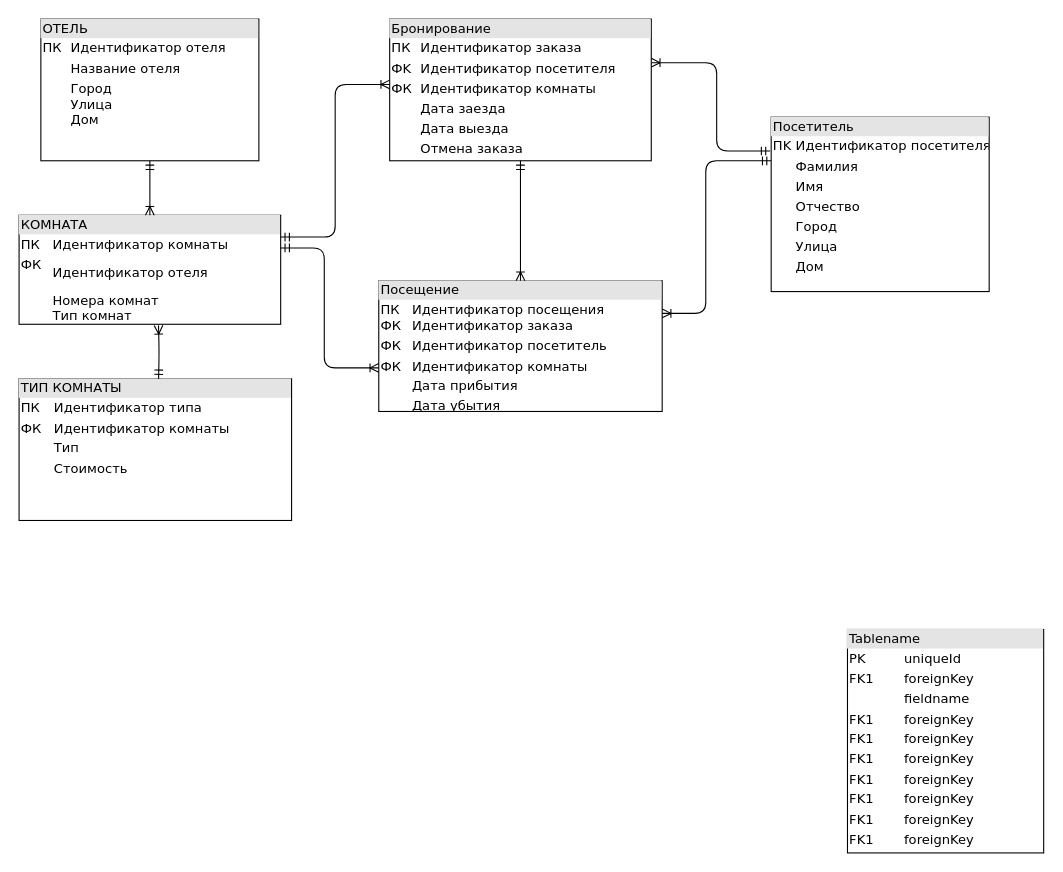
The draw.io diagram Untitled Diagram.drawio in Weather888/Diagrams, before the edit. Source tidied: cells renumbered, new cells numbered last; positions are measured from the earlier drawing's top-left corner, leaving out a move shared by most shapes. Both pictures are drawn from the tidied source at 109%, with x=0, y=0 at pixel (19, 19).
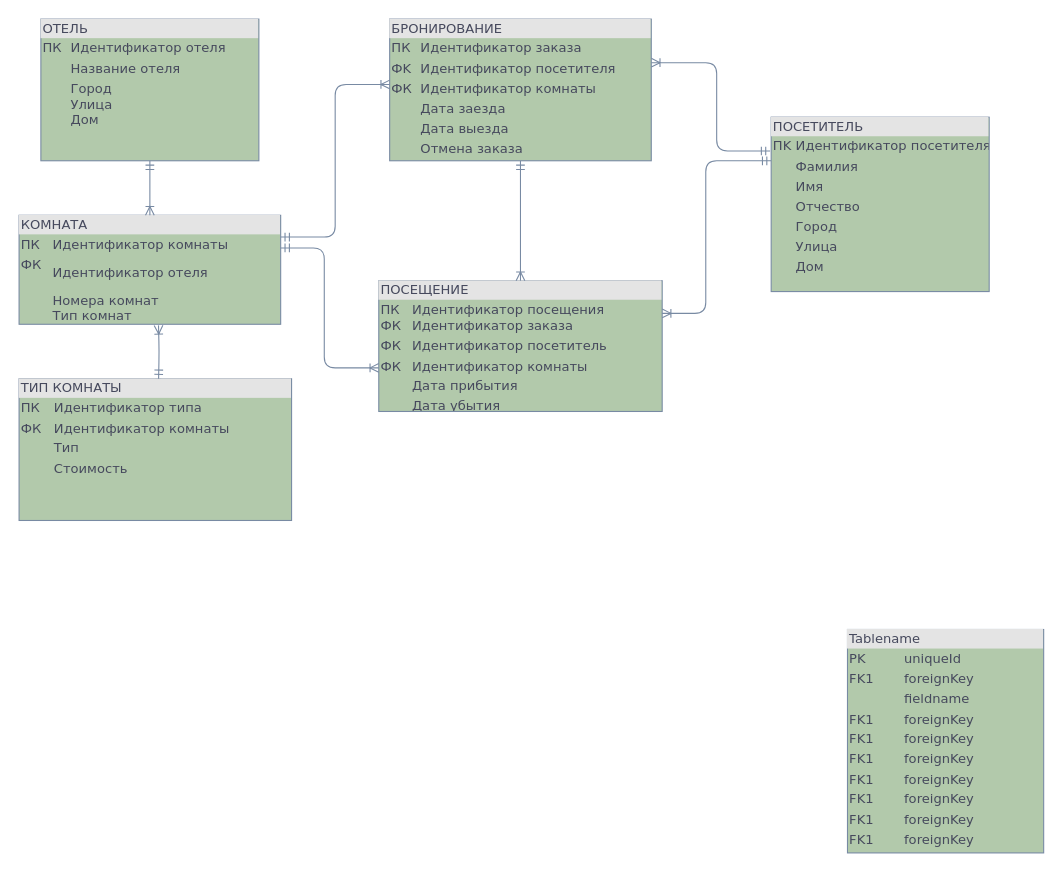
Above is the later version.

Diff of the diagram source:
```diff
@@
-    <mxCell id="2" value="&lt;div style=&quot;box-sizing: border-box ; width: 100% ; background: #e4e4e4 ; padding: 2px&quot;&gt;ОТЕЛЬ&lt;/div&gt;&lt;table style=&quot;width: 100% ; font-size: 1em&quot; cellpadding=&quot;2&quot; cellspacing=&quot;0&quot;&gt;&lt;tbody&gt;&lt;tr&gt;&lt;td&gt;ПК&lt;/td&gt;&lt;td&gt;Идентификатор отеля&lt;/td&gt;&lt;/tr&gt;&lt;tr&gt;&lt;td&gt;&lt;br&gt;&lt;/td&gt;&lt;td&gt;Название отеля&lt;/td&gt;&lt;/tr&gt;&lt;tr&gt;&lt;td&gt;&lt;/td&gt;&lt;td&gt;Город &lt;br&gt;Улица &lt;br&gt;Дом&lt;br&gt;&lt;br&gt;&lt;/td&gt;&lt;/tr&gt;&lt;/tbody&gt;&lt;/table&gt;" style="verticalAlign=top;align=left;overflow=fill;html=1;rounded=0;shadow=0;comic=0;labelBackgroundColor=none;strokeWidth=1;fontFamily=Verdana;fontSize=12;" parent="1" vertex="1">
+    <mxCell id="2" value="&lt;div style=&quot;box-sizing: border-box ; width: 100% ; background: #e4e4e4 ; padding: 2px&quot;&gt;ОТЕЛЬ&lt;/div&gt;&lt;table style=&quot;width: 100% ; font-size: 1em&quot; cellpadding=&quot;2&quot; cellspacing=&quot;0&quot;&gt;&lt;tbody&gt;&lt;tr&gt;&lt;td&gt;ПК&lt;/td&gt;&lt;td&gt;Идентификатор отеля&lt;/td&gt;&lt;/tr&gt;&lt;tr&gt;&lt;td&gt;&lt;br&gt;&lt;/td&gt;&lt;td&gt;Название отеля&lt;/td&gt;&lt;/tr&gt;&lt;tr&gt;&lt;td&gt;&lt;/td&gt;&lt;td&gt;Город &lt;br&gt;Улица &lt;br&gt;Дом&lt;br&gt;&lt;br&gt;&lt;/td&gt;&lt;/tr&gt;&lt;/tbody&gt;&lt;/table&gt;" style="verticalAlign=top;align=left;overflow=fill;html=1;rounded=0;shadow=0;comic=0;labelBackgroundColor=none;strokeWidth=1;fontFamily=Verdana;fontSize=12;fillColor=#B2C9AB;strokeColor=#788AA3;fontColor=#46495D;" parent="1" vertex="1">
       <mxGeometry x="20" width="200" height="130" as="geometry" />
     </mxCell>
-    <mxCell id="3" value="&lt;div style=&quot;box-sizing: border-box ; width: 100% ; background: #e4e4e4 ; padding: 2px&quot;&gt;Бронирование&lt;/div&gt;&lt;table style=&quot;width: 100% ; font-size: 1em&quot; cellpadding=&quot;2&quot; cellspacing=&quot;0&quot;&gt;&lt;tbody&gt;&lt;tr&gt;&lt;td&gt;ПК&lt;/td&gt;&lt;td&gt;Идентификатор заказа&lt;/td&gt;&lt;/tr&gt;&lt;tr&gt;&lt;td&gt;ФK&lt;/td&gt;&lt;td&gt;Идентификатор посетителя&lt;/td&gt;&lt;/tr&gt;&lt;tr&gt;&lt;td&gt;ФК&lt;/td&gt;&lt;td&gt;Идентификатор комнаты&lt;br&gt;&lt;/td&gt;&lt;/tr&gt;&lt;tr&gt;&lt;td&gt;&lt;br&gt;&lt;/td&gt;&lt;td&gt;Дата заезда&lt;br&gt;&lt;/td&gt;&lt;/tr&gt;&lt;tr&gt;&lt;td&gt;&lt;br&gt;&lt;/td&gt;&lt;td&gt;Дата выезда&lt;/td&gt;&lt;/tr&gt;&lt;tr&gt;&lt;td&gt;&lt;br&gt;&lt;/td&gt;&lt;td&gt;Отмена заказа&lt;/td&gt;&lt;/tr&gt;&lt;/tbody&gt;&lt;/table&gt;" style="verticalAlign=top;align=left;overflow=fill;html=1;rounded=0;shadow=0;comic=0;labelBackgroundColor=none;strokeWidth=1;fontFamily=Verdana;fontSize=12;" parent="1" vertex="1">
+    <mxCell id="3" value="&lt;div style=&quot;box-sizing: border-box ; width: 100% ; background: #e4e4e4 ; padding: 2px&quot;&gt;БРОНИРОВАНИЕ&lt;/div&gt;&lt;table style=&quot;width: 100% ; font-size: 1em&quot; cellpadding=&quot;2&quot; cellspacing=&quot;0&quot;&gt;&lt;tbody&gt;&lt;tr&gt;&lt;td&gt;ПК&lt;/td&gt;&lt;td&gt;Идентификатор заказа&lt;/td&gt;&lt;/tr&gt;&lt;tr&gt;&lt;td&gt;ФK&lt;/td&gt;&lt;td&gt;Идентификатор посетителя&lt;/td&gt;&lt;/tr&gt;&lt;tr&gt;&lt;td&gt;ФК&lt;/td&gt;&lt;td&gt;Идентификатор комнаты&lt;br&gt;&lt;/td&gt;&lt;/tr&gt;&lt;tr&gt;&lt;td&gt;&lt;br&gt;&lt;/td&gt;&lt;td&gt;Дата заезда&lt;br&gt;&lt;/td&gt;&lt;/tr&gt;&lt;tr&gt;&lt;td&gt;&lt;br&gt;&lt;/td&gt;&lt;td&gt;Дата выезда&lt;/td&gt;&lt;/tr&gt;&lt;tr&gt;&lt;td&gt;&lt;br&gt;&lt;/td&gt;&lt;td&gt;Отмена заказа&lt;/td&gt;&lt;/tr&gt;&lt;/tbody&gt;&lt;/table&gt;" style="verticalAlign=top;align=left;overflow=fill;html=1;rounded=0;shadow=0;comic=0;labelBackgroundColor=none;strokeWidth=1;fontFamily=Verdana;fontSize=12;fillColor=#B2C9AB;strokeColor=#788AA3;fontColor=#46495D;" parent="1" vertex="1">
       <mxGeometry x="340" width="240" height="130" as="geometry" />
     </mxCell>
-    <mxCell id="4" style="edgeStyle=orthogonalEdgeStyle;rounded=0;orthogonalLoop=1;jettySize=auto;html=1;" parent="1" edge="1">
+    <mxCell id="4" style="edgeStyle=orthogonalEdgeStyle;rounded=0;orthogonalLoop=1;jettySize=auto;html=1;strokeColor=#788AA3;fontColor=#46495D;" parent="1" edge="1">
       <mxGeometry relative="1" as="geometry">
         <mxPoint x="130" y="360" as="sourcePoint" />
         <mxPoint x="130" y="360" as="targetPoint" />
       </mxGeometry>
     </mxCell>
-    <mxCell id="5" style="edgeStyle=orthogonalEdgeStyle;rounded=0;jettySize=auto;html=1;exitX=0.5;exitY=0;exitDx=0;exitDy=0;" parent="1" edge="1" source="6">
+    <mxCell id="5" style="edgeStyle=orthogonalEdgeStyle;rounded=0;jettySize=auto;html=1;exitX=0.5;exitY=0;exitDx=0;exitDy=0;strokeColor=#788AA3;fontColor=#46495D;" parent="1" edge="1" source="6">
       <mxGeometry relative="1" as="geometry">
         <mxPoint x="130" y="340" as="targetPoint" />
       </mxGeometry>
     </mxCell>
-    <mxCell id="6" value="&lt;div style=&quot;box-sizing: border-box ; width: 100% ; background: #e4e4e4 ; padding: 2px&quot;&gt;ТИП КОМНАТЫ&lt;/div&gt;&lt;table style=&quot;width: 100% ; font-size: 1em&quot; cellpadding=&quot;2&quot; cellspacing=&quot;0&quot;&gt;&lt;tbody&gt;&lt;tr&gt;&lt;td&gt;ПК&lt;/td&gt;&lt;td&gt;Идентификатор типа&lt;/td&gt;&lt;/tr&gt;&lt;tr&gt;&lt;td&gt;ФК&lt;/td&gt;&lt;td&gt;Идентификатор комнаты&lt;br&gt;&lt;/td&gt;&lt;/tr&gt;&lt;tr&gt;&lt;td&gt;&lt;/td&gt;&lt;td&gt;Тип&lt;/td&gt;&lt;/tr&gt;&lt;tr&gt;&lt;td&gt;&lt;br&gt;&lt;/td&gt;&lt;td&gt;Стоимость&lt;/td&gt;&lt;/tr&gt;&lt;/tbody&gt;&lt;/table&gt;" style="verticalAlign=top;align=left;overflow=fill;html=1;rounded=0;shadow=0;comic=0;labelBackgroundColor=none;strokeWidth=1;fontFamily=Verdana;fontSize=12;" parent="1" vertex="1">
+    <mxCell id="6" value="&lt;div style=&quot;box-sizing: border-box ; width: 100% ; background: #e4e4e4 ; padding: 2px&quot;&gt;ТИП КОМНАТЫ&lt;/div&gt;&lt;table style=&quot;width: 100% ; font-size: 1em&quot; cellpadding=&quot;2&quot; cellspacing=&quot;0&quot;&gt;&lt;tbody&gt;&lt;tr&gt;&lt;td&gt;ПК&lt;/td&gt;&lt;td&gt;Идентификатор типа&lt;/td&gt;&lt;/tr&gt;&lt;tr&gt;&lt;td&gt;ФК&lt;/td&gt;&lt;td&gt;Идентификатор комнаты&lt;br&gt;&lt;/td&gt;&lt;/tr&gt;&lt;tr&gt;&lt;td&gt;&lt;/td&gt;&lt;td&gt;Тип&lt;/td&gt;&lt;/tr&gt;&lt;tr&gt;&lt;td&gt;&lt;br&gt;&lt;/td&gt;&lt;td&gt;Стоимость&lt;/td&gt;&lt;/tr&gt;&lt;/tbody&gt;&lt;/table&gt;" style="verticalAlign=top;align=left;overflow=fill;html=1;rounded=0;shadow=0;comic=0;labelBackgroundColor=none;strokeWidth=1;fontFamily=Verdana;fontSize=12;fillColor=#B2C9AB;strokeColor=#788AA3;fontColor=#46495D;" parent="1" vertex="1">
       <mxGeometry y="330" width="250" height="130" as="geometry" />
     </mxCell>
-    <mxCell id="7" value="&lt;div style=&quot;box-sizing: border-box ; width: 100% ; background: #e4e4e4 ; padding: 2px&quot;&gt;КОМНАТА&lt;/div&gt;&lt;table style=&quot;width: 100% ; font-size: 1em&quot; cellpadding=&quot;2&quot; cellspacing=&quot;0&quot;&gt;&lt;tbody&gt;&lt;tr&gt;&lt;td&gt;ПК&lt;/td&gt;&lt;td&gt;Идентификатор комнаты&lt;/td&gt;&lt;/tr&gt;&lt;tr&gt;&lt;td&gt;ФК&lt;br&gt;&lt;br&gt;&lt;/td&gt;&lt;td&gt;Идентификатор отеля&lt;/td&gt;&lt;/tr&gt;&lt;tr&gt;&lt;td&gt;&lt;/td&gt;&lt;td&gt;Номера комнат &lt;br&gt;Тип комнат&lt;/td&gt;&lt;/tr&gt;&lt;/tbody&gt;&lt;/table&gt;" style="verticalAlign=top;align=left;overflow=fill;html=1;rounded=0;shadow=0;comic=0;labelBackgroundColor=none;strokeWidth=1;fontFamily=Verdana;fontSize=12;" parent="1" vertex="1">
+    <mxCell id="7" value="&lt;div style=&quot;box-sizing: border-box ; width: 100% ; background: #e4e4e4 ; padding: 2px&quot;&gt;КОМНАТА&lt;/div&gt;&lt;table style=&quot;width: 100% ; font-size: 1em&quot; cellpadding=&quot;2&quot; cellspacing=&quot;0&quot;&gt;&lt;tbody&gt;&lt;tr&gt;&lt;td&gt;ПК&lt;/td&gt;&lt;td&gt;Идентификатор комнаты&lt;/td&gt;&lt;/tr&gt;&lt;tr&gt;&lt;td&gt;ФК&lt;br&gt;&lt;br&gt;&lt;/td&gt;&lt;td&gt;Идентификатор отеля&lt;/td&gt;&lt;/tr&gt;&lt;tr&gt;&lt;td&gt;&lt;/td&gt;&lt;td&gt;Номера комнат &lt;br&gt;Тип комнат&lt;/td&gt;&lt;/tr&gt;&lt;/tbody&gt;&lt;/table&gt;" style="verticalAlign=top;align=left;overflow=fill;html=1;rounded=0;shadow=0;comic=0;labelBackgroundColor=none;strokeWidth=1;fontFamily=Verdana;fontSize=12;fillColor=#B2C9AB;strokeColor=#788AA3;fontColor=#46495D;" parent="1" vertex="1">
       <mxGeometry y="180" width="240" height="100" as="geometry" />
     </mxCell>
-    <mxCell id="8" value="&lt;div style=&quot;box-sizing: border-box ; width: 100% ; background: #e4e4e4 ; padding: 2px&quot;&gt;Tablename&lt;/div&gt;&lt;table style=&quot;width: 100% ; font-size: 1em&quot; cellpadding=&quot;2&quot; cellspacing=&quot;0&quot;&gt;&lt;tbody&gt;&lt;tr&gt;&lt;td&gt;PK&lt;/td&gt;&lt;td&gt;uniqueId&lt;/td&gt;&lt;/tr&gt;&lt;tr&gt;&lt;td&gt;FK1&lt;/td&gt;&lt;td&gt;foreignKey&lt;/td&gt;&lt;/tr&gt;&lt;tr&gt;&lt;td&gt;&lt;/td&gt;&lt;td&gt;fieldname&lt;/td&gt;&lt;/tr&gt;&lt;tr&gt;&lt;td&gt;FK1&lt;br&gt;&lt;/td&gt;&lt;td&gt;foreignKey&lt;br&gt;&lt;/td&gt;&lt;/tr&gt;&lt;tr&gt;&lt;td&gt;FK1&lt;br&gt;&lt;/td&gt;&lt;td&gt;foreignKey&lt;br&gt;&lt;/td&gt;&lt;/tr&gt;&lt;tr&gt;&lt;td&gt;FK1&lt;br&gt;&lt;/td&gt;&lt;td&gt;foreignKey&lt;br&gt;&lt;/td&gt;&lt;/tr&gt;&lt;tr&gt;&lt;td&gt;FK1&lt;br&gt;&lt;/td&gt;&lt;td&gt;foreignKey&lt;br&gt;&lt;/td&gt;&lt;/tr&gt;&lt;tr&gt;&lt;td&gt;FK1&lt;br&gt;&lt;/td&gt;&lt;td&gt;foreignKey&lt;br&gt;&lt;/td&gt;&lt;/tr&gt;&lt;tr&gt;&lt;td&gt;FK1&lt;br&gt;&lt;/td&gt;&lt;td&gt;foreignKey&lt;br&gt;&lt;/td&gt;&lt;/tr&gt;&lt;tr&gt;&lt;td&gt;FK1&lt;br&gt;&lt;/td&gt;&lt;td&gt;foreignKey&lt;br&gt;&lt;/td&gt;&lt;/tr&gt;&lt;/tbody&gt;&lt;/table&gt;" style="verticalAlign=top;align=left;overflow=fill;html=1;rounded=0;shadow=0;comic=0;labelBackgroundColor=none;strokeWidth=1;fontFamily=Verdana;fontSize=12;" parent="1" vertex="1">
+    <mxCell id="8" value="&lt;div style=&quot;box-sizing: border-box ; width: 100% ; background: #e4e4e4 ; padding: 2px&quot;&gt;Tablename&lt;/div&gt;&lt;table style=&quot;width: 100% ; font-size: 1em&quot; cellpadding=&quot;2&quot; cellspacing=&quot;0&quot;&gt;&lt;tbody&gt;&lt;tr&gt;&lt;td&gt;PK&lt;/td&gt;&lt;td&gt;uniqueId&lt;/td&gt;&lt;/tr&gt;&lt;tr&gt;&lt;td&gt;FK1&lt;/td&gt;&lt;td&gt;foreignKey&lt;/td&gt;&lt;/tr&gt;&lt;tr&gt;&lt;td&gt;&lt;/td&gt;&lt;td&gt;fieldname&lt;/td&gt;&lt;/tr&gt;&lt;tr&gt;&lt;td&gt;FK1&lt;br&gt;&lt;/td&gt;&lt;td&gt;foreignKey&lt;br&gt;&lt;/td&gt;&lt;/tr&gt;&lt;tr&gt;&lt;td&gt;FK1&lt;br&gt;&lt;/td&gt;&lt;td&gt;foreignKey&lt;br&gt;&lt;/td&gt;&lt;/tr&gt;&lt;tr&gt;&lt;td&gt;FK1&lt;br&gt;&lt;/td&gt;&lt;td&gt;foreignKey&lt;br&gt;&lt;/td&gt;&lt;/tr&gt;&lt;tr&gt;&lt;td&gt;FK1&lt;br&gt;&lt;/td&gt;&lt;td&gt;foreignKey&lt;br&gt;&lt;/td&gt;&lt;/tr&gt;&lt;tr&gt;&lt;td&gt;FK1&lt;br&gt;&lt;/td&gt;&lt;td&gt;foreignKey&lt;br&gt;&lt;/td&gt;&lt;/tr&gt;&lt;tr&gt;&lt;td&gt;FK1&lt;br&gt;&lt;/td&gt;&lt;td&gt;foreignKey&lt;br&gt;&lt;/td&gt;&lt;/tr&gt;&lt;tr&gt;&lt;td&gt;FK1&lt;br&gt;&lt;/td&gt;&lt;td&gt;foreignKey&lt;br&gt;&lt;/td&gt;&lt;/tr&gt;&lt;/tbody&gt;&lt;/table&gt;" style="verticalAlign=top;align=left;overflow=fill;html=1;rounded=0;shadow=0;comic=0;labelBackgroundColor=none;strokeWidth=1;fontFamily=Verdana;fontSize=12;fillColor=#B2C9AB;strokeColor=#788AA3;fontColor=#46495D;" parent="1" vertex="1">
       <mxGeometry x="760" y="560" width="180" height="205" as="geometry" />
     </mxCell>
-    <mxCell id="9" value="&lt;div style=&quot;box-sizing: border-box ; width: 100% ; background: #e4e4e4 ; padding: 2px&quot;&gt;Посещение&amp;nbsp;&lt;/div&gt;&lt;table style=&quot;width: 100% ; font-size: 1em&quot; cellpadding=&quot;2&quot; cellspacing=&quot;0&quot;&gt;&lt;tbody&gt;&lt;tr&gt;&lt;td&gt;ПК&lt;br&gt;ФК&lt;/td&gt;&lt;td&gt;Идентификатор посещения&lt;br&gt;Идентификатор заказа&lt;/td&gt;&lt;/tr&gt;&lt;tr&gt;&lt;td&gt;ФК&lt;/td&gt;&lt;td&gt;Идентификатор посетитель&lt;/td&gt;&lt;/tr&gt;&lt;tr&gt;&lt;td&gt;ФК&lt;/td&gt;&lt;td&gt;Идентификатор комнаты&amp;nbsp;&lt;/td&gt;&lt;/tr&gt;&lt;tr&gt;&lt;td&gt;&lt;br&gt;&lt;/td&gt;&lt;td&gt;Дата прибытия&lt;/td&gt;&lt;/tr&gt;&lt;tr&gt;&lt;td&gt;&lt;br&gt;&lt;/td&gt;&lt;td&gt;Дата убытия&lt;/td&gt;&lt;/tr&gt;&lt;tr&gt;&lt;td&gt;&lt;/td&gt;&lt;td&gt;&lt;br&gt;&lt;/td&gt;&lt;/tr&gt;&lt;/tbody&gt;&lt;/table&gt;" style="verticalAlign=top;align=left;overflow=fill;html=1;rounded=0;shadow=0;comic=0;labelBackgroundColor=none;strokeWidth=1;fontFamily=Verdana;fontSize=12;" parent="1" vertex="1">
+    <mxCell id="9" value="&lt;div style=&quot;box-sizing: border-box ; width: 100% ; background: #e4e4e4 ; padding: 2px&quot;&gt;ПОСЕЩЕНИЕ&lt;/div&gt;&lt;table style=&quot;width: 100% ; font-size: 1em&quot; cellpadding=&quot;2&quot; cellspacing=&quot;0&quot;&gt;&lt;tbody&gt;&lt;tr&gt;&lt;td&gt;ПК&lt;br&gt;ФК&lt;/td&gt;&lt;td&gt;Идентификатор посещения&lt;br&gt;Идентификатор заказа&lt;/td&gt;&lt;/tr&gt;&lt;tr&gt;&lt;td&gt;ФК&lt;/td&gt;&lt;td&gt;Идентификатор посетитель&lt;/td&gt;&lt;/tr&gt;&lt;tr&gt;&lt;td&gt;ФК&lt;/td&gt;&lt;td&gt;Идентификатор комнаты&amp;nbsp;&lt;/td&gt;&lt;/tr&gt;&lt;tr&gt;&lt;td&gt;&lt;br&gt;&lt;/td&gt;&lt;td&gt;Дата прибытия&lt;/td&gt;&lt;/tr&gt;&lt;tr&gt;&lt;td&gt;&lt;br&gt;&lt;/td&gt;&lt;td&gt;Дата убытия&lt;/td&gt;&lt;/tr&gt;&lt;tr&gt;&lt;td&gt;&lt;/td&gt;&lt;td&gt;&lt;br&gt;&lt;/td&gt;&lt;/tr&gt;&lt;/tbody&gt;&lt;/table&gt;" style="verticalAlign=top;align=left;overflow=fill;html=1;rounded=0;shadow=0;comic=0;labelBackgroundColor=none;strokeWidth=1;fontFamily=Verdana;fontSize=12;fillColor=#B2C9AB;strokeColor=#788AA3;fontColor=#46495D;" parent="1" vertex="1">
       <mxGeometry x="330" y="240" width="260" height="120" as="geometry" />
     </mxCell>
-    <mxCell id="10" value="&lt;div style=&quot;box-sizing: border-box ; width: 100% ; background: #e4e4e4 ; padding: 2px&quot;&gt;Посетитель&lt;/div&gt;&lt;table style=&quot;width: 100% ; font-size: 1em&quot; cellpadding=&quot;2&quot; cellspacing=&quot;0&quot;&gt;&lt;tbody&gt;&lt;tr&gt;&lt;td&gt;ПK&lt;/td&gt;&lt;td&gt;Идентификатор посетителя&lt;/td&gt;&lt;/tr&gt;&lt;tr&gt;&lt;td&gt;&lt;br&gt;&lt;/td&gt;&lt;td&gt;Фамилия&lt;/td&gt;&lt;/tr&gt;&lt;tr&gt;&lt;td&gt;&lt;/td&gt;&lt;td&gt;Имя&lt;/td&gt;&lt;/tr&gt;&lt;tr&gt;&lt;td&gt;&lt;br&gt;&lt;/td&gt;&lt;td&gt;Отчество&lt;/td&gt;&lt;/tr&gt;&lt;tr&gt;&lt;td&gt;&lt;br&gt;&lt;/td&gt;&lt;td&gt;Город&lt;/td&gt;&lt;/tr&gt;&lt;tr&gt;&lt;td&gt;&lt;br&gt;&lt;/td&gt;&lt;td&gt;Улица&lt;/td&gt;&lt;/tr&gt;&lt;tr&gt;&lt;td&gt;&lt;br&gt;&lt;/td&gt;&lt;td&gt;Дом&lt;/td&gt;&lt;/tr&gt;&lt;tr&gt;&lt;td&gt;&lt;br&gt;&lt;/td&gt;&lt;td&gt;&lt;br&gt;&lt;/td&gt;&lt;/tr&gt;&lt;tr&gt;&lt;td&gt;&lt;br&gt;&lt;/td&gt;&lt;td&gt;&lt;br&gt;&lt;/td&gt;&lt;/tr&gt;&lt;tr&gt;&lt;td&gt;&lt;br&gt;&lt;/td&gt;&lt;td&gt;&lt;br&gt;&lt;/td&gt;&lt;/tr&gt;&lt;tr&gt;&lt;td&gt;&lt;br&gt;&lt;/td&gt;&lt;td&gt;&lt;br&gt;&lt;/td&gt;&lt;/tr&gt;&lt;tr&gt;&lt;td&gt;&lt;br&gt;&lt;/td&gt;&lt;td&gt;&lt;br&gt;&lt;/td&gt;&lt;/tr&gt;&lt;/tbody&gt;&lt;/table&gt;" style="verticalAlign=top;align=left;overflow=fill;html=1;rounded=0;shadow=0;comic=0;labelBackgroundColor=none;strokeWidth=1;fontFamily=Verdana;fontSize=12;" parent="1" vertex="1">
+    <mxCell id="10" value="&lt;div style=&quot;box-sizing: border-box ; width: 100% ; background: #e4e4e4 ; padding: 2px&quot;&gt;ПОСЕТИТЕЛЬ&lt;/div&gt;&lt;table style=&quot;width: 100% ; font-size: 1em&quot; cellpadding=&quot;2&quot; cellspacing=&quot;0&quot;&gt;&lt;tbody&gt;&lt;tr&gt;&lt;td&gt;ПK&lt;/td&gt;&lt;td&gt;Идентификатор посетителя&lt;/td&gt;&lt;/tr&gt;&lt;tr&gt;&lt;td&gt;&lt;br&gt;&lt;/td&gt;&lt;td&gt;Фамилия&lt;/td&gt;&lt;/tr&gt;&lt;tr&gt;&lt;td&gt;&lt;/td&gt;&lt;td&gt;Имя&lt;/td&gt;&lt;/tr&gt;&lt;tr&gt;&lt;td&gt;&lt;br&gt;&lt;/td&gt;&lt;td&gt;Отчество&lt;/td&gt;&lt;/tr&gt;&lt;tr&gt;&lt;td&gt;&lt;br&gt;&lt;/td&gt;&lt;td&gt;Город&lt;/td&gt;&lt;/tr&gt;&lt;tr&gt;&lt;td&gt;&lt;br&gt;&lt;/td&gt;&lt;td&gt;Улица&lt;/td&gt;&lt;/tr&gt;&lt;tr&gt;&lt;td&gt;&lt;br&gt;&lt;/td&gt;&lt;td&gt;Дом&lt;/td&gt;&lt;/tr&gt;&lt;tr&gt;&lt;td&gt;&lt;br&gt;&lt;/td&gt;&lt;td&gt;&lt;br&gt;&lt;/td&gt;&lt;/tr&gt;&lt;tr&gt;&lt;td&gt;&lt;br&gt;&lt;/td&gt;&lt;td&gt;&lt;br&gt;&lt;/td&gt;&lt;/tr&gt;&lt;tr&gt;&lt;td&gt;&lt;br&gt;&lt;/td&gt;&lt;td&gt;&lt;br&gt;&lt;/td&gt;&lt;/tr&gt;&lt;tr&gt;&lt;td&gt;&lt;br&gt;&lt;/td&gt;&lt;td&gt;&lt;br&gt;&lt;/td&gt;&lt;/tr&gt;&lt;tr&gt;&lt;td&gt;&lt;br&gt;&lt;/td&gt;&lt;td&gt;&lt;br&gt;&lt;/td&gt;&lt;/tr&gt;&lt;/tbody&gt;&lt;/table&gt;" style="verticalAlign=top;align=left;overflow=fill;html=1;rounded=0;shadow=0;comic=0;labelBackgroundColor=none;strokeWidth=1;fontFamily=Verdana;fontSize=12;fillColor=#B2C9AB;strokeColor=#788AA3;fontColor=#46495D;" parent="1" vertex="1">
       <mxGeometry x="690" y="90" width="200" height="160" as="geometry" />
     </mxCell>
-    <mxCell id="11" style="edgeStyle=orthogonalEdgeStyle;html=1;endArrow=ERoneToMany;startArrow=ERmandOne;labelBackgroundColor=none;fontFamily=Verdana;fontSize=12;align=left;exitX=0.5;exitY=1;entryX=0.5;entryY=0;" parent="1" edge="1" source="2" target="7">
+    <mxCell id="11" style="edgeStyle=orthogonalEdgeStyle;html=1;endArrow=ERoneToMany;startArrow=ERmandOne;labelBackgroundColor=none;fontFamily=Verdana;fontSize=12;align=left;exitX=0.5;exitY=1;entryX=0.5;entryY=0;strokeColor=#788AA3;fontColor=#46495D;" parent="1" edge="1" source="2" target="7">
       <mxGeometry relative="1" as="geometry" />
     </mxCell>
-    <mxCell id="12" style="edgeStyle=orthogonalEdgeStyle;html=1;labelBackgroundColor=none;startArrow=ERmandOne;endArrow=ERoneToMany;fontFamily=Verdana;fontSize=12;align=left;entryX=0.533;entryY=1.01;entryDx=0;entryDy=0;entryPerimeter=0;" parent="1" edge="1" target="7">
+    <mxCell id="12" style="edgeStyle=orthogonalEdgeStyle;html=1;labelBackgroundColor=none;startArrow=ERmandOne;endArrow=ERoneToMany;fontFamily=Verdana;fontSize=12;align=left;entryX=0.533;entryY=1.01;entryDx=0;entryDy=0;entryPerimeter=0;strokeColor=#788AA3;fontColor=#46495D;" parent="1" edge="1" target="7">
       <mxGeometry relative="1" as="geometry">
         <mxPoint x="128" y="330" as="sourcePoint" />
       </mxGeometry>
     </mxCell>
-    <mxCell id="13" style="edgeStyle=orthogonalEdgeStyle;html=1;labelBackgroundColor=none;startArrow=ERmandOne;endArrow=ERoneToMany;fontFamily=Verdana;fontSize=12;align=left;" parent="1" edge="1">
+    <mxCell id="13" style="edgeStyle=orthogonalEdgeStyle;html=1;labelBackgroundColor=none;startArrow=ERmandOne;endArrow=ERoneToMany;fontFamily=Verdana;fontSize=12;align=left;strokeColor=#788AA3;fontColor=#46495D;" parent="1" edge="1">
       <mxGeometry relative="1" as="geometry">
         <mxPoint x="240" y="200" as="sourcePoint" />
         <mxPoint x="340" y="60" as="targetPoint" />
         <Array as="points">
           <mxPoint x="290" y="200" />
           <mxPoint x="290" y="60" />
         </Array>
       </mxGeometry>
     </mxCell>
-    <mxCell id="14" style="edgeStyle=orthogonalEdgeStyle;html=1;endArrow=ERoneToMany;startArrow=ERmandOne;labelBackgroundColor=none;fontFamily=Verdana;fontSize=12;align=left;exitX=1;exitY=0.3;exitDx=0;exitDy=0;exitPerimeter=0;" parent="1" edge="1" source="7">
+    <mxCell id="14" style="edgeStyle=orthogonalEdgeStyle;html=1;endArrow=ERoneToMany;startArrow=ERmandOne;labelBackgroundColor=none;fontFamily=Verdana;fontSize=12;align=left;exitX=1;exitY=0.3;exitDx=0;exitDy=0;exitPerimeter=0;strokeColor=#788AA3;fontColor=#46495D;" parent="1" edge="1" source="7">
       <mxGeometry relative="1" as="geometry">
         <mxPoint x="330" y="320" as="targetPoint" />
         <Array as="points">
           <mxPoint x="280" y="210" />
           <mxPoint x="280" y="320" />
         </Array>
       </mxGeometry>
     </mxCell>
-    <mxCell id="15" style="edgeStyle=orthogonalEdgeStyle;html=1;endArrow=ERoneToMany;startArrow=ERmandOne;labelBackgroundColor=none;fontFamily=Verdana;fontSize=12;align=left;exitX=-0.005;exitY=0.194;exitDx=0;exitDy=0;exitPerimeter=0;" parent="1" edge="1" source="10">
+    <mxCell id="15" style="edgeStyle=orthogonalEdgeStyle;html=1;endArrow=ERoneToMany;startArrow=ERmandOne;labelBackgroundColor=none;fontFamily=Verdana;fontSize=12;align=left;exitX=-0.005;exitY=0.194;exitDx=0;exitDy=0;exitPerimeter=0;strokeColor=#788AA3;fontColor=#46495D;" parent="1" edge="1" source="10">
       <mxGeometry relative="1" as="geometry">
         <mxPoint x="580" y="40" as="targetPoint" />
         <Array as="points">
           <mxPoint x="640" y="121" />
           <mxPoint x="640" y="40" />
         </Array>
       </mxGeometry>
     </mxCell>
-    <mxCell id="16" style="edgeStyle=orthogonalEdgeStyle;html=1;endArrow=ERoneToMany;startArrow=ERmandOne;labelBackgroundColor=none;fontFamily=Verdana;fontSize=12;align=left;exitX=0;exitY=0.25;exitDx=0;exitDy=0;" parent="1" edge="1" source="10">
+    <mxCell id="16" style="edgeStyle=orthogonalEdgeStyle;html=1;endArrow=ERoneToMany;startArrow=ERmandOne;labelBackgroundColor=none;fontFamily=Verdana;fontSize=12;align=left;exitX=0;exitY=0.25;exitDx=0;exitDy=0;strokeColor=#788AA3;fontColor=#46495D;" parent="1" edge="1" source="10">
       <mxGeometry relative="1" as="geometry">
         <mxPoint x="590" y="270" as="targetPoint" />
         <Array as="points">
           <mxPoint x="630" y="130" />
           <mxPoint x="630" y="270" />
         </Array>
       </mxGeometry>
     </mxCell>
-    <mxCell id="17" style="edgeStyle=orthogonalEdgeStyle;html=1;endArrow=ERoneToMany;startArrow=ERmandOne;labelBackgroundColor=none;fontFamily=Verdana;fontSize=12;align=left;exitX=0.5;exitY=1;exitDx=0;exitDy=0;" parent="1" edge="1" source="3" target="9">
+    <mxCell id="17" style="edgeStyle=orthogonalEdgeStyle;html=1;endArrow=ERoneToMany;startArrow=ERmandOne;labelBackgroundColor=none;fontFamily=Verdana;fontSize=12;align=left;exitX=0.5;exitY=1;exitDx=0;exitDy=0;strokeColor=#788AA3;fontColor=#46495D;" parent="1" edge="1" source="3" target="9">
       <mxGeometry relative="1" as="geometry" />
     </mxCell>
```
